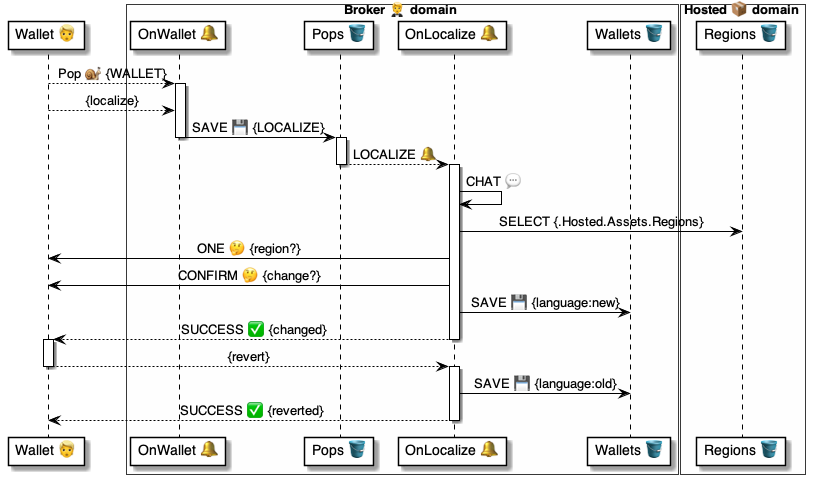
The PlantUML diagram 4 ⚙️ Solution/20 🧑‍🦰 UI/Brokers 🤵/🤵🪣 Broker tables/Pops 🎈 table/🪣🧱 22 Wallet » Localize 🔔/🤵 OnPopLocalize ⚙️ uml.png in pollyweb-org/pollyweb-docs, before a commit. Its source is kept beside it as 4 ⚙️ Solution/20 🧑‍🦰 UI/Brokers 🤵/🤵🪣 Broker tables/Pops 🎈 table/🪣🧱 22 Wallet » Localize 🔔/🤵 OnPopLocalize ⚙️ uml.puml.
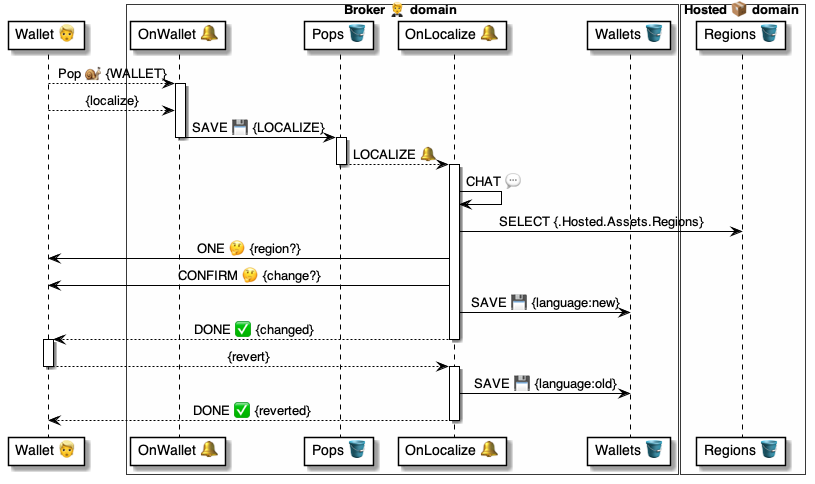
Later version of the same file.

Change to the diagram source:
```diff
@@ -28,7 +28,7 @@
     onLocalized -> wallet: ONE 🤔 {region?}
     onLocalized -> wallet: CONFIRM 🤔 {change?}
     onLocalized -> walletsTable: SAVE 💾 {language:new}
-    onLocalized --> wallet: SUCCESS ✅ {changed}
+    onLocalized --> wallet: DONE ✅ {changed}
 deactivate onLocalized
 
 activate wallet
@@ -37,7 +37,7 @@
 
 activate onLocalized
     onLocalized -> walletsTable: SAVE 💾 {language:old}
-    onLocalized --> wallet: SUCCESS ✅ {reverted}
+    onLocalized --> wallet: DONE ✅ {reverted}
 deactivate onLocalized
 
 @enduml
```
